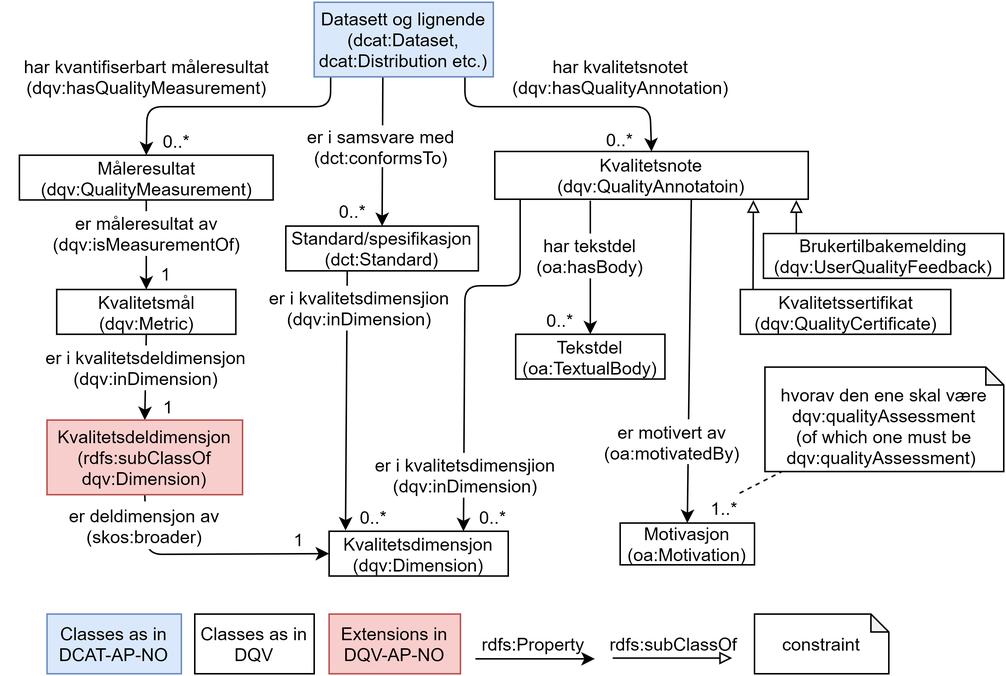
Before: docs/images/dqv-ap-no.png, a diagram exported from draw.io (Informasjonsforvaltning/dqv-ap-no). Source tidied: cells renumbered, new cells last; positions are measured from the earlier drawing's top-left corner, leaving out a move shared by most shapes.
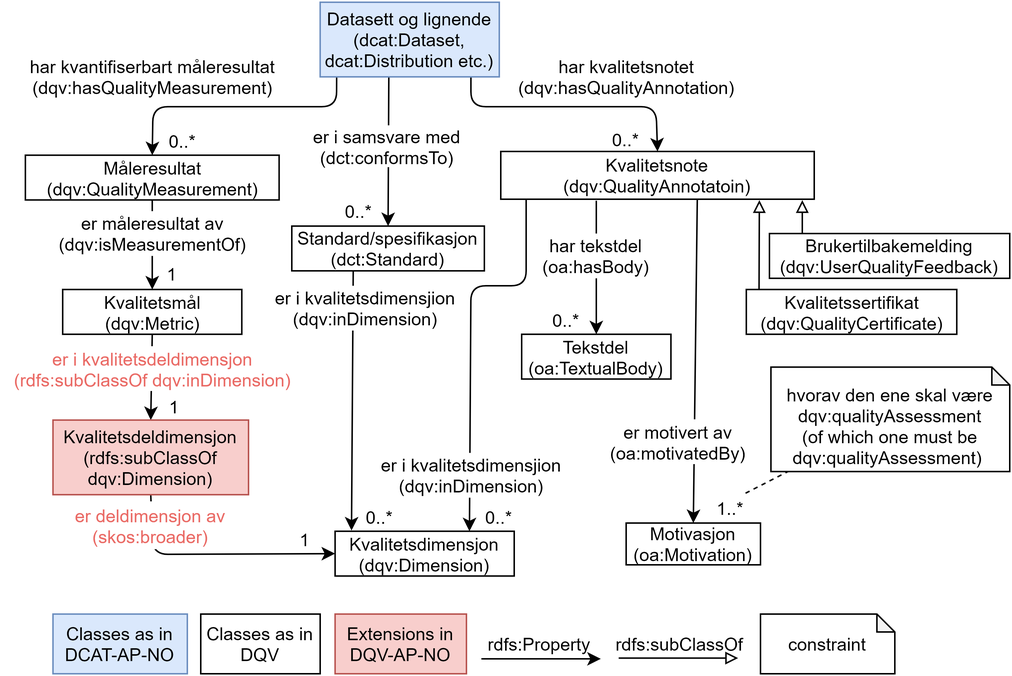
After the commit.

Commit message:
Mer justering av dqv-ap-no modell.

The edit, as a diff of the source:
```diff
@@ -122,8 +122,8 @@
     <mxCell id="30" value="Kvalitetsdimensjon&lt;br&gt;(dqv:Dimension)" style="rounded=0;whiteSpace=wrap;html=1;" parent="1" vertex="1">
       <mxGeometry x="219" y="354.5" width="120" height="30" as="geometry" />
     </mxCell>
-    <mxCell id="31" value="er i kvalitetsdeldimensjon (dqv:inDimension)" style="text;html=1;align=center;verticalAlign=middle;whiteSpace=wrap;rounded=0;fillColor=#FFFFFF;" parent="1" vertex="1">
-      <mxGeometry x="13" y="230" width="167" height="30" as="geometry" />
+    <mxCell id="31" value="er i kvalitetsdeldimensjon (rdfs:subClassOf dqv:inDimension)" style="text;html=1;align=center;verticalAlign=middle;whiteSpace=wrap;rounded=0;fillColor=#FFFFFF;labelBackgroundColor=none;fontColor=#EA6B66;" parent="1" vertex="1">
+      <mxGeometry x="-3.5" y="230.5" width="200" height="30" as="geometry" />
     </mxCell>
     <mxCell id="32" value="er i samsvare med (dct:conformsTo)" style="text;html=1;strokeColor=none;fillColor=#FFFFFF;align=center;verticalAlign=middle;whiteSpace=wrap;rounded=0;" parent="1" vertex="1">
       <mxGeometry x="199" y="82.5" width="110" height="28" as="geometry" />
@@ -134,7 +134,7 @@
     <mxCell id="34" value="Kvalitetsdeldimensjon&lt;br&gt;(rdfs:subClassOf dqv:Dimension)" style="rounded=0;whiteSpace=wrap;html=1;fillColor=#f8cecc;strokeColor=#b85450;" parent="1" vertex="1">
       <mxGeometry x="30" y="280" width="131" height="50" as="geometry" />
     </mxCell>
-    <mxCell id="35" value="er deldimensjon av (skos:broader)" style="text;html=1;align=center;verticalAlign=middle;whiteSpace=wrap;rounded=0;fillColor=#FFFFFF;" parent="1" vertex="1">
+    <mxCell id="35" value="er deldimensjon av (skos:broader)" style="text;html=1;align=center;verticalAlign=middle;whiteSpace=wrap;rounded=0;fillColor=#FFFFFF;fontColor=#EA6B66;" parent="1" vertex="1">
       <mxGeometry x="11.5" y="334.5" width="167" height="32" as="geometry" />
     </mxCell>
     <mxCell id="36" value="Tekstdel (oa:TextualBody)" style="rounded=0;whiteSpace=wrap;html=1;" parent="1" vertex="1">
```
